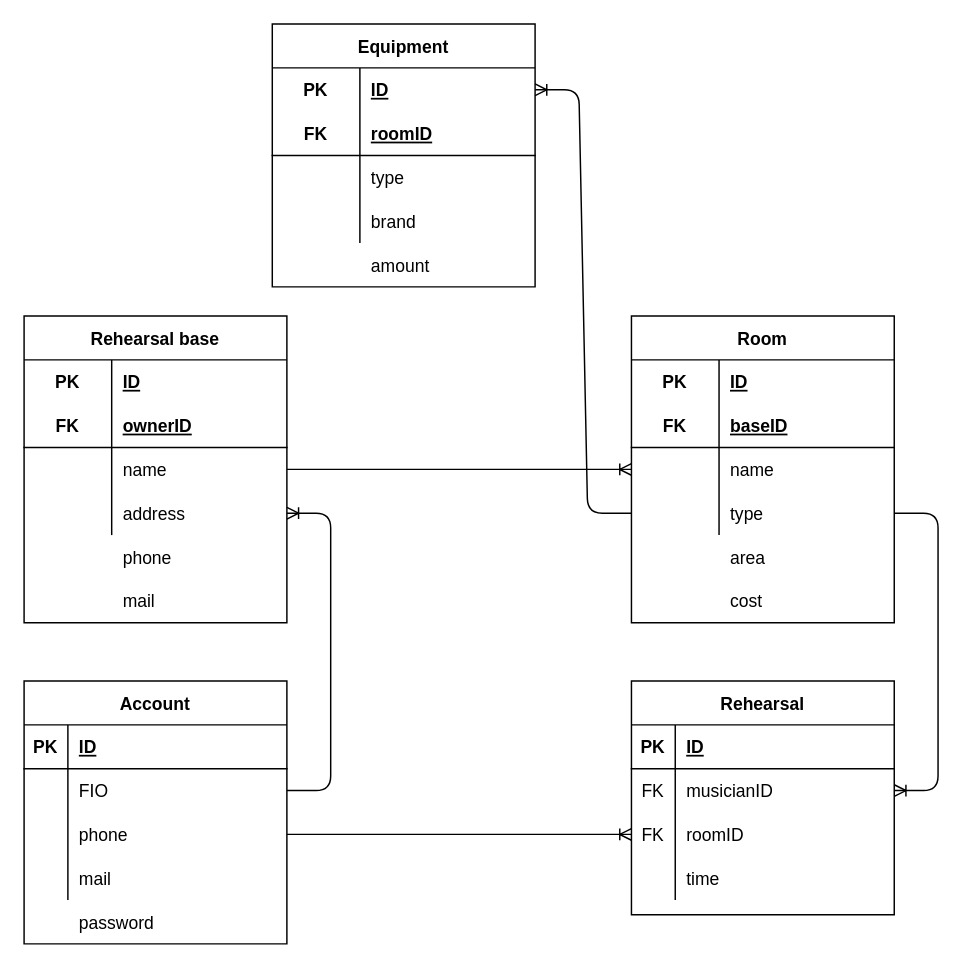
The draw.io diagram docs/ER_DB.drawio in aavortep/db_course, before the edit. Source tidied: cells renumbered, new cells numbered last; positions are measured from the earlier drawing's top-left corner, leaving out a move shared by most shapes. Both pictures are drawn from the tidied source at 146%, with x=0, y=0 at pixel (23, 23).
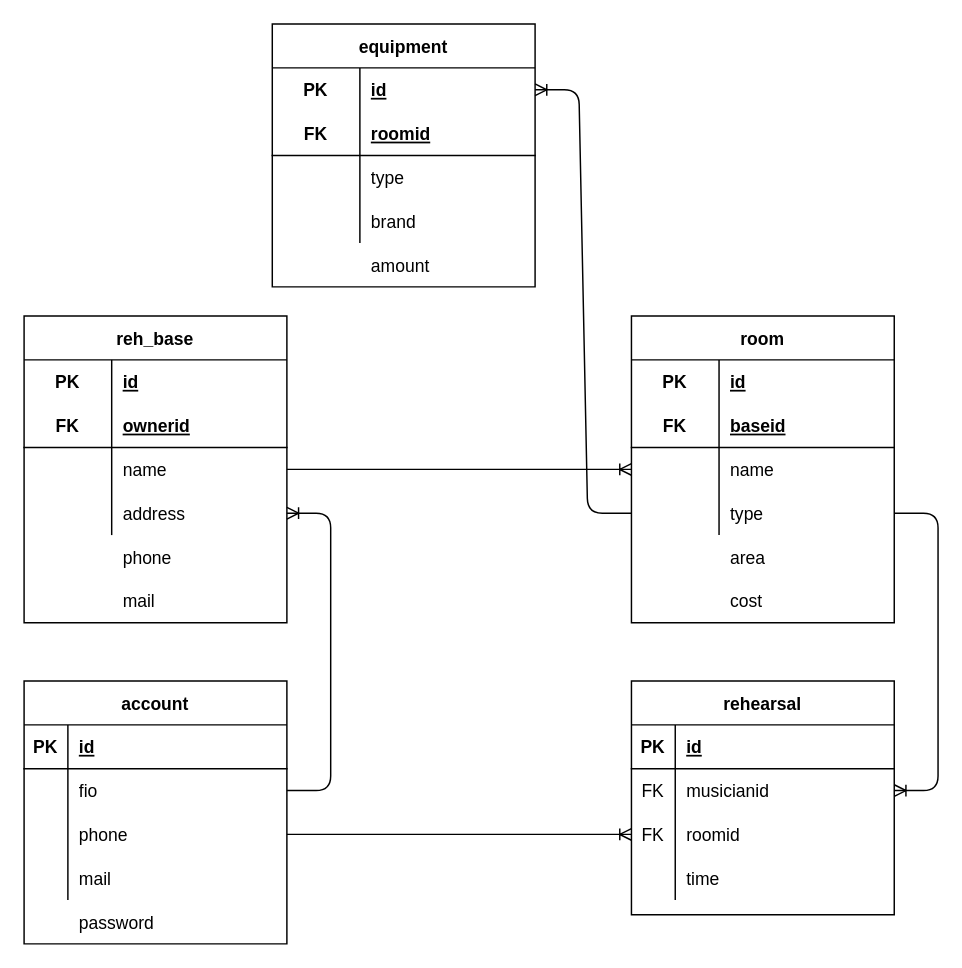
Above is the later version.

Unchanged cells that the change refers to:
```xml
<mxCell id="3" style="shape=partialRectangle;fillColor=none;top=0;left=0;bottom=0;right=0;" parent="2" vertex="1">
  <mxGeometry y="30" width="180" height="30" as="geometry" />
</mxCell>
<mxCell id="6" style="shape=partialRectangle;fillColor=none;top=0;left=0;bottom=1;right=0;" parent="2" vertex="1">
  <mxGeometry y="60" width="180" height="30" as="geometry" />
</mxCell>
<mxCell id="18" style="shape=partialRectangle;fillColor=none;top=0;left=0;bottom=0;right=0;" parent="17" vertex="1">
  <mxGeometry y="30" width="180" height="30" as="geometry" />
</mxCell>
<mxCell id="21" style="shape=partialRectangle;fillColor=none;top=0;left=0;bottom=1;right=0;" parent="17" vertex="1">
  <mxGeometry y="60" width="180" height="30" as="geometry" />
</mxCell>
<mxCell id="33" style="shape=partialRectangle;fillColor=none;top=0;left=0;bottom=1;right=0;" parent="32" vertex="1">
  <mxGeometry y="30" width="180" height="30" as="geometry" />
</mxCell>
<mxCell id="36" style="shape=partialRectangle;fillColor=none;top=0;left=0;bottom=0;right=0;points=[[0,0.5],[1,0.5]];portConstraint=eastwest;" parent="32" vertex="1">
  <mxGeometry y="60" width="180" height="30" as="geometry" />
</mxCell>
<mxCell id="39" style="shape=partialRectangle;fillColor=none;top=0;left=0;bottom=0;right=0;points=[[0,0.5],[1,0.5]];portConstraint=eastwest;" parent="32" vertex="1">
  <mxGeometry y="90" width="180" height="30" as="geometry" />
</mxCell>
<mxCell id="46" style="shape=partialRectangle;fillColor=none;top=0;left=0;bottom=1;right=0;" parent="45" vertex="1">
  <mxGeometry y="30" width="180" height="30" as="geometry" />
</mxCell>
<mxCell id="49" style="shape=partialRectangle;fillColor=none;top=0;left=0;bottom=0;right=0;points=[[0,0.5],[1,0.5]];portConstraint=eastwest;" parent="45" vertex="1">
  <mxGeometry y="60" width="180" height="30" as="geometry" />
</mxCell>
<mxCell id="64" style="shape=partialRectangle;fillColor=none;top=0;left=0;bottom=0;right=0;points=[[0,0.5],[1,0.5]];portConstraint=eastwest;" parent="63" vertex="1">
  <mxGeometry y="30" width="180" height="30" as="geometry" />
</mxCell>
<mxCell id="67" style="shape=partialRectangle;fillColor=none;top=0;left=0;bottom=1;right=0;" parent="63" vertex="1">
  <mxGeometry y="60" width="180" height="30" as="geometry" />
</mxCell>
```

What changed in the source:
```diff
@@
-    <mxCell id="2" value="Rehearsal base" style="shape=table;startSize=30;childLayout=tableLayout;rowLines=0;fontStyle=1;align=center;" parent="1" vertex="1">
+    <mxCell id="2" value="reh_base" style="shape=table;startSize=30;childLayout=tableLayout;rowLines=0;fontStyle=1;align=center;" parent="1" vertex="1">
       <mxGeometry y="200" width="180" height="210" as="geometry" />
     </mxCell>
@@
-    <mxCell id="5" value="ID" style="shape=partialRectangle;fillColor=none;top=0;left=0;bottom=0;right=0;align=left;spacingLeft=6;fontStyle=5;overflow=hidden;" parent="3" vertex="1">
+    <mxCell id="5" value="id" style="shape=partialRectangle;fillColor=none;top=0;left=0;bottom=0;right=0;align=left;spacingLeft=6;fontStyle=5;overflow=hidden;" parent="3" vertex="1">
       <mxGeometry x="60" width="120" height="30" as="geometry" />
     </mxCell>
@@
-    <mxCell id="8" value="ownerID" style="shape=partialRectangle;fillColor=none;top=0;left=0;bottom=0;right=0;align=left;spacingLeft=6;fontStyle=5;overflow=hidden;" parent="6" vertex="1">
+    <mxCell id="8" value="ownerid" style="shape=partialRectangle;fillColor=none;top=0;left=0;bottom=0;right=0;align=left;spacingLeft=6;fontStyle=5;overflow=hidden;" parent="6" vertex="1">
       <mxGeometry x="60" width="120" height="30" as="geometry" />
     </mxCell>
@@
-    <mxCell id="17" value="Room" style="shape=table;startSize=30;childLayout=tableLayout;rowLines=0;fontStyle=1;align=center;" parent="1" vertex="1">
+    <mxCell id="17" value="room" style="shape=table;startSize=30;childLayout=tableLayout;rowLines=0;fontStyle=1;align=center;" parent="1" vertex="1">
       <mxGeometry x="416" y="200" width="180" height="210" as="geometry" />
     </mxCell>
@@
-    <mxCell id="20" value="ID" style="shape=partialRectangle;fillColor=none;top=0;left=0;bottom=0;right=0;align=left;spacingLeft=6;fontStyle=5;overflow=hidden;" parent="18" vertex="1">
+    <mxCell id="20" value="id" style="shape=partialRectangle;fillColor=none;top=0;left=0;bottom=0;right=0;align=left;spacingLeft=6;fontStyle=5;overflow=hidden;" parent="18" vertex="1">
       <mxGeometry x="60" width="120" height="30" as="geometry" />
     </mxCell>
@@
-    <mxCell id="23" value="baseID" style="shape=partialRectangle;fillColor=none;top=0;left=0;bottom=0;right=0;align=left;spacingLeft=6;fontStyle=5;overflow=hidden;" parent="21" vertex="1">
+    <mxCell id="23" value="baseid" style="shape=partialRectangle;fillColor=none;top=0;left=0;bottom=0;right=0;align=left;spacingLeft=6;fontStyle=5;overflow=hidden;" parent="21" vertex="1">
       <mxGeometry x="60" width="120" height="30" as="geometry" />
     </mxCell>
@@
-    <mxCell id="32" value="Rehearsal" style="shape=table;startSize=30;childLayout=tableLayout;rowLines=0;fontStyle=1;align=center;" parent="1" vertex="1">
+    <mxCell id="32" value="rehearsal" style="shape=table;startSize=30;childLayout=tableLayout;rowLines=0;fontStyle=1;align=center;" parent="1" vertex="1">
       <mxGeometry x="416" y="450" width="180" height="160" as="geometry" />
     </mxCell>
@@
-    <mxCell id="35" value="ID" style="shape=partialRectangle;fillColor=none;top=0;left=0;bottom=0;right=0;align=left;spacingLeft=6;fontStyle=5;overflow=hidden;" parent="33" vertex="1">
+    <mxCell id="35" value="id" style="shape=partialRectangle;fillColor=none;top=0;left=0;bottom=0;right=0;align=left;spacingLeft=6;fontStyle=5;overflow=hidden;" parent="33" vertex="1">
       <mxGeometry x="30" width="150" height="30" as="geometry" />
     </mxCell>
@@
-    <mxCell id="38" value="musicianID" style="shape=partialRectangle;fillColor=none;top=0;left=0;bottom=0;right=0;align=left;spacingLeft=6;overflow=hidden;" parent="36" vertex="1">
+    <mxCell id="38" value="musicianid" style="shape=partialRectangle;fillColor=none;top=0;left=0;bottom=0;right=0;align=left;spacingLeft=6;overflow=hidden;" parent="36" vertex="1">
       <mxGeometry x="30" width="150" height="30" as="geometry" />
     </mxCell>
@@
-    <mxCell id="41" value="roomID" style="shape=partialRectangle;fillColor=none;top=0;left=0;bottom=0;right=0;align=left;spacingLeft=6;overflow=hidden;" parent="39" vertex="1">
+    <mxCell id="41" value="roomid" style="shape=partialRectangle;fillColor=none;top=0;left=0;bottom=0;right=0;align=left;spacingLeft=6;overflow=hidden;" parent="39" vertex="1">
       <mxGeometry x="30" width="150" height="30" as="geometry" />
     </mxCell>
@@
-    <mxCell id="45" value="Account" style="shape=table;startSize=30;childLayout=tableLayout;rowLines=0;fontStyle=1;align=center;" parent="1" vertex="1">
+    <mxCell id="45" value="account" style="shape=table;startSize=30;childLayout=tableLayout;rowLines=0;fontStyle=1;align=center;" parent="1" vertex="1">
       <mxGeometry y="450" width="180" height="180" as="geometry" />
     </mxCell>
@@
-    <mxCell id="48" value="ID" style="shape=partialRectangle;fillColor=none;top=0;left=0;bottom=0;right=0;align=left;spacingLeft=6;fontStyle=5;overflow=hidden;" parent="46" vertex="1">
+    <mxCell id="48" value="id" style="shape=partialRectangle;fillColor=none;top=0;left=0;bottom=0;right=0;align=left;spacingLeft=6;fontStyle=5;overflow=hidden;" parent="46" vertex="1">
       <mxGeometry x="30" width="150" height="30" as="geometry" />
     </mxCell>
@@
-    <mxCell id="51" value="FIO" style="shape=partialRectangle;fillColor=none;top=0;left=0;bottom=0;right=0;align=left;spacingLeft=6;overflow=hidden;" parent="49" vertex="1">
+    <mxCell id="51" value="fio" style="shape=partialRectangle;fillColor=none;top=0;left=0;bottom=0;right=0;align=left;spacingLeft=6;overflow=hidden;" parent="49" vertex="1">
       <mxGeometry x="30" width="150" height="30" as="geometry" />
     </mxCell>
@@
-    <mxCell id="63" value="Equipment" style="shape=table;startSize=30;childLayout=tableLayout;rowLines=0;fontStyle=1;align=center;" parent="1" vertex="1">
+    <mxCell id="63" value="equipment" style="shape=table;startSize=30;childLayout=tableLayout;rowLines=0;fontStyle=1;align=center;" parent="1" vertex="1">
       <mxGeometry x="170" width="180" height="180" as="geometry" />
     </mxCell>
@@
-    <mxCell id="66" value="ID" style="shape=partialRectangle;fillColor=none;top=0;left=0;bottom=0;right=0;align=left;spacingLeft=6;fontStyle=5;overflow=hidden;" parent="64" vertex="1">
+    <mxCell id="66" value="id" style="shape=partialRectangle;fillColor=none;top=0;left=0;bottom=0;right=0;align=left;spacingLeft=6;fontStyle=5;overflow=hidden;" parent="64" vertex="1">
       <mxGeometry x="60" width="120" height="30" as="geometry" />
     </mxCell>
@@
-    <mxCell id="69" value="roomID" style="shape=partialRectangle;fillColor=none;top=0;left=0;bottom=0;right=0;align=left;spacingLeft=6;fontStyle=5;overflow=hidden;" parent="67" vertex="1">
+    <mxCell id="69" value="roomid" style="shape=partialRectangle;fillColor=none;top=0;left=0;bottom=0;right=0;align=left;spacingLeft=6;fontStyle=5;overflow=hidden;" parent="67" vertex="1">
       <mxGeometry x="60" width="120" height="30" as="geometry" />
     </mxCell>
```
